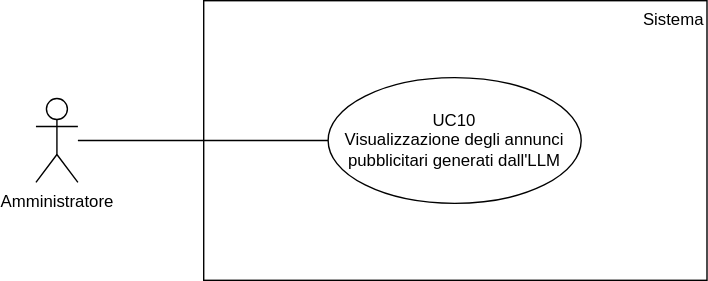
Before: assets/use_cases/UC10.svg, a diagram exported from draw.io (SWEatUNIPD/docs). Source tidied: cells renumbered, new cells last; positions are measured from the earlier drawing's top-left corner, leaving out a move shared by most shapes. The source it was exported from:
```xml
<mxGraphModel>
  <root>
    <mxCell id="0" />
    <mxCell id="1" parent="0" />
    <mxCell id="2" value="Sistema" style="html=1;whiteSpace=wrap;verticalAlign=top;align=right;" parent="1" vertex="1">
      <mxGeometry x="120" width="360" height="200" as="geometry" />
    </mxCell>
    <mxCell id="3" style="edgeStyle=orthogonalEdgeStyle;rounded=0;jettySize=auto;html=1;entryX=0;entryY=0.5;entryDx=0;entryDy=0;endArrow=none;endFill=0;" parent="1" edge="1" source="4" target="5">
      <mxGeometry relative="1" as="geometry" />
    </mxCell>
    <mxCell id="4" value="Amministratore" style="shape=umlActor;verticalLabelPosition=bottom;verticalAlign=top;html=1;outlineConnect=0;" parent="1" vertex="1">
      <mxGeometry y="70" width="30" height="60" as="geometry" />
    </mxCell>
    <mxCell id="5" value="UC10&lt;div&gt;Visualizzazione degli annunci pubblicitari generati dall'LLM&lt;/div&gt;" style="ellipse;whiteSpace=wrap;html=1;" parent="1" vertex="1">
      <mxGeometry x="209" y="55" width="181" height="90" as="geometry" />
    </mxCell>
  </root>
</mxGraphModel>
```
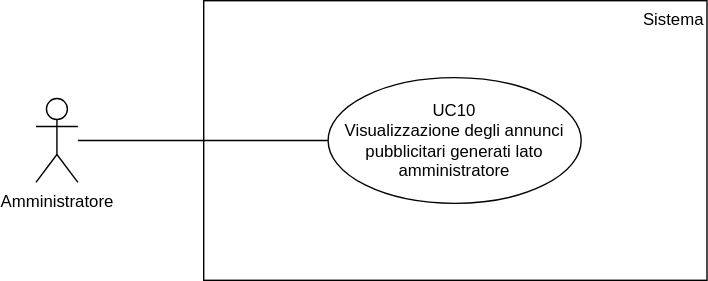
Later version of the same file.

The edit, as a diff of the source:
```diff
@@ -5,14 +5,14 @@
     <mxCell id="2" value="Sistema" style="html=1;whiteSpace=wrap;verticalAlign=top;align=right;" parent="1" vertex="1">
       <mxGeometry x="120" width="360" height="200" as="geometry" />
     </mxCell>
-    <mxCell id="3" style="edgeStyle=orthogonalEdgeStyle;rounded=0;jettySize=auto;html=1;entryX=0;entryY=0.5;entryDx=0;entryDy=0;endArrow=none;endFill=0;" parent="1" edge="1" source="4" target="5">
-      <mxGeometry relative="1" as="geometry" />
-    </mxCell>
+    <mxCell id="6" style="edgeStyle=orthogonalEdgeStyle;rounded=0;jettySize=auto;html=1;entryX=0;entryY=0.5;entryDx=0;entryDy=0;endArrow=none;endFill=0;" parent="1" edge="1" source="4" target="7">
+      <mxGeometry relative="1" as="geometry" />
+    </mxCell>
     <mxCell id="4" value="Amministratore" style="shape=umlActor;verticalLabelPosition=bottom;verticalAlign=top;html=1;outlineConnect=0;" parent="1" vertex="1">
       <mxGeometry y="70" width="30" height="60" as="geometry" />
     </mxCell>
-    <mxCell id="5" value="UC10&lt;div&gt;Visualizzazione degli annunci pubblicitari generati dall'LLM&lt;/div&gt;" style="ellipse;whiteSpace=wrap;html=1;" parent="1" vertex="1">
-      <mxGeometry x="209" y="55" width="181" height="90" as="geometry" />
-    </mxCell>
+    <mxCell id="7" value="UC10&lt;div&gt;Visualizzazione degli annunci pubblicitari generati lato amministratore&lt;/div&gt;" style="ellipse;whiteSpace=wrap;html=1;" parent="1" vertex="1">
+      <mxGeometry x="209" y="55" width="181" height="90" as="geometry" />
+    </mxCell>
   </root>
 </mxGraphModel>
```
